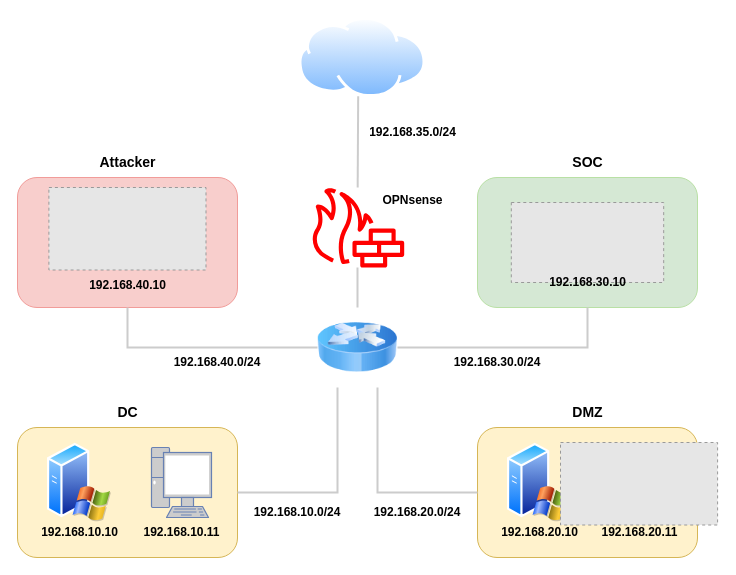
Earlier version of the draw.io diagram Untitled Diagram.drawio (vanluongkma/draw.io). Source tidied: cells renumbered, new cells numbered last; positions are measured from the earlier drawing's top-left corner, leaving out a move shared by most shapes. Both pictures are drawn from the tidied source at 100%, with x=0, y=0 at pixel (17, 17). Pictures stored in the file or linked from it are replaced by grey dashed boxes.
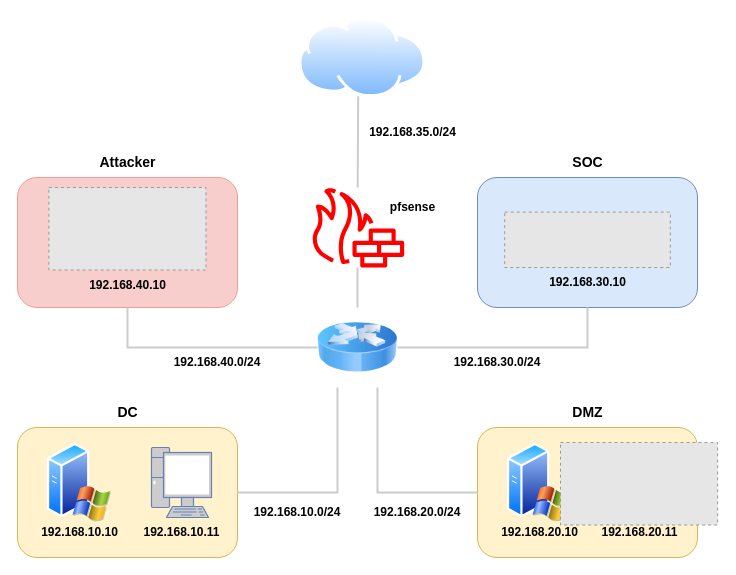
The same diagram, later.

Commit message:
Cập nhật Untitled Diagram.drawio

Change to the diagram source:
```diff
@@
-    <mxCell id="16" value="&lt;b&gt;OPNsense&lt;/b&gt;&lt;div&gt;&lt;br&gt;&lt;/div&gt;" style="text;html=1;align=center;verticalAlign=middle;strokeColor=none;fillColor=none;" parent="1" vertex="1">
-      <mxGeometry x="355" y="170" width="80" height="40" as="geometry" />
+    <mxCell id="16" value="&lt;div&gt;&lt;b&gt;pfsense&lt;/b&gt;&lt;/div&gt;" style="text;html=1;align=center;verticalAlign=middle;strokeColor=none;fillColor=none;" parent="1" vertex="1">
+      <mxGeometry x="360" y="175" width="70" height="30" as="geometry" />
     </mxCell>
@@
-    <mxCell id="19" style="rounded=1;whiteSpace=wrap;html=1;fillColor=#d5e8d4;strokeColor=#B9E0A5;" parent="1" vertex="1">
+    <mxCell id="19" style="rounded=1;whiteSpace=wrap;html=1;fillColor=#dae8fc;strokeColor=#6c8ebf;" parent="1" vertex="1">
       <mxGeometry x="460" y="160" width="220" height="130" as="geometry" />
     </mxCell>
@@
-    <mxCell id="21" style="fillColor=#E6E6E6;strokeColor=#999999;dashed=1;verticalLabelPosition=bottom;labelBackgroundColor=default;verticalAlign=top;" parent="1" vertex="1">
-      <mxGeometry x="493.8" y="185" width="152.4" height="80" as="geometry" />
-    </mxCell>
@@
+    <mxCell id="37" style="fillColor=#E6E6E6;strokeColor=#999999;dashed=1;verticalLabelPosition=bottom;labelBackgroundColor=default;verticalAlign=top;" parent="1" vertex="1">
+      <mxGeometry x="487.2" y="194.6" width="165.6" height="55.4" as="geometry" />
+    </mxCell>
```
